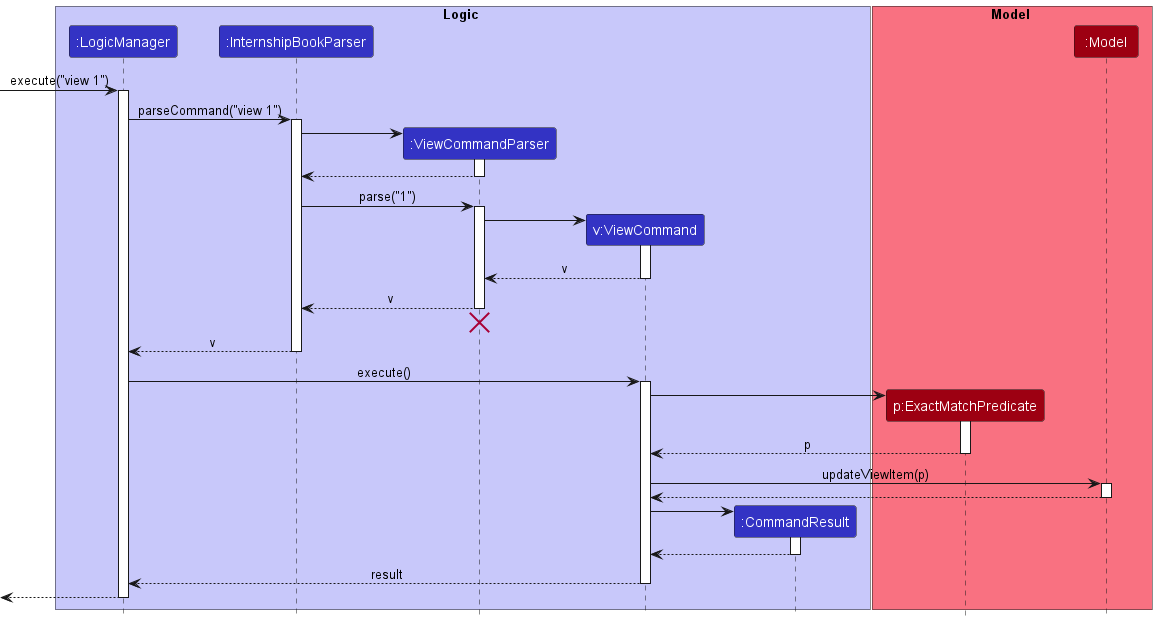
Earlier version of the PlantUML export docs/images/ViewSequenceDiagram.png (nus-cs2103-AY2223S1/tp).
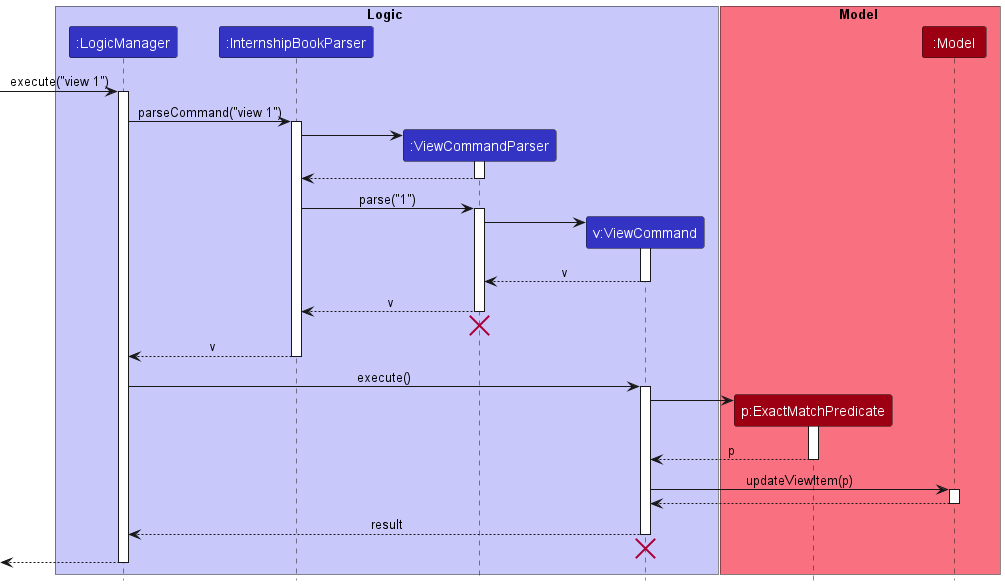
The same diagram one commit later.

The edit, as a diff of the source:
```diff
@@ -6,7 +6,6 @@
 participant ":InternshipBookParser" as InternshipBookParser LOGIC_COLOR
 participant ":ViewCommandParser" as ViewCommandParser LOGIC_COLOR
 participant "v:ViewCommand" as ViewCommand LOGIC_COLOR
-participant ":CommandResult" as CommandResult LOGIC_COLOR
 end box
 
 box Model MODEL_COLOR_T1
@@ -61,15 +60,10 @@
 Model --> ViewCommand
 deactivate Model
 
-create CommandResult
-ViewCommand -> CommandResult
-activate CommandResult
-
-CommandResult --> ViewCommand
-deactivate CommandResult
-
 ViewCommand --> LogicManager : result
 deactivate ViewCommand
+ViewCommand -[hidden]-> LogicManager
+destroy ViewCommand
 
 [<--LogicManager
 deactivate LogicManager
```
